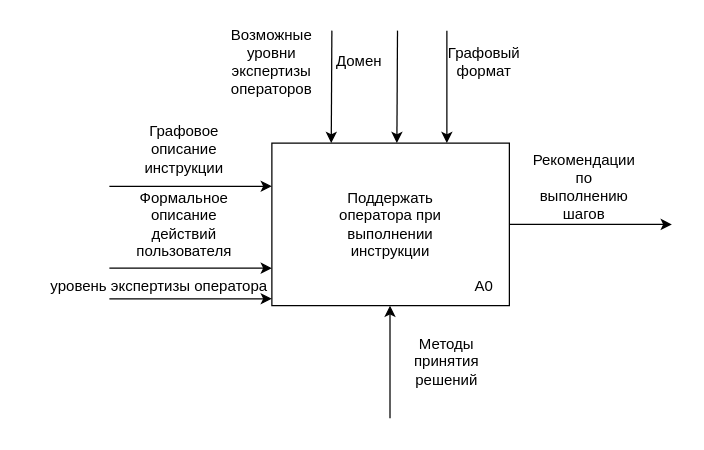
Earlier version of the draw.io diagram report/inc/img/idef1.drawio (Jarozin/diplom). Source tidied: cells renumbered, new cells numbered last; positions are measured from the earlier drawing's top-left corner, leaving out a move shared by most shapes. Both pictures are drawn from the tidied source at 125%, with x=0, y=0 at pixel (21, 30).
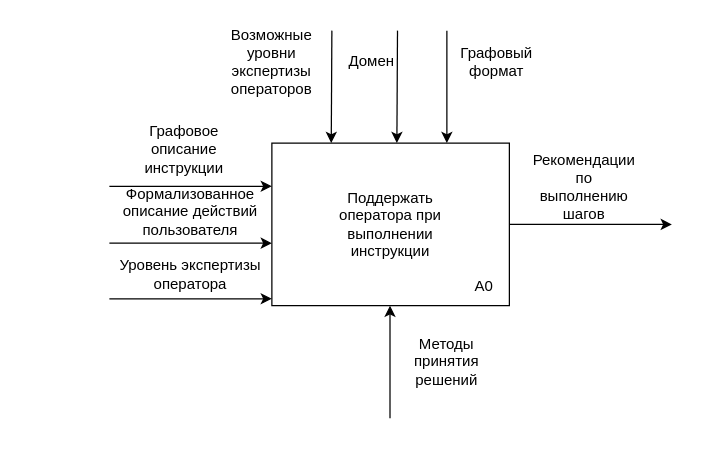
Above is the later version.

The edit, as a diff of the source:
```diff
@@
     <mxCell id="7" style="endArrow=classic;html=1;rounded=0;exitX=1;exitY=0.5;exitDx=0;exitDy=0;" parent="1" edge="1">
       <mxGeometry relative="1" as="geometry">
-        <mxPoint x="70" y="190" as="sourcePoint" />
-        <mxPoint x="200" y="190" as="targetPoint" />
+        <mxPoint x="70" y="170" as="sourcePoint" />
+        <mxPoint x="200" y="170" as="targetPoint" />
       </mxGeometry>
     </mxCell>
@@
-    <mxCell id="9" value="Формальное описание действий пользователя" style="text;html=1;align=center;verticalAlign=middle;whiteSpace=wrap;rounded=0;" parent="1" vertex="1">
-      <mxGeometry x="100" y="140" width="60" height="30" as="geometry" />
+    <mxCell id="9" value="Формализованное описание действий пользователя" style="text;html=1;align=center;verticalAlign=middle;whiteSpace=wrap;rounded=0;" parent="1" vertex="1">
+      <mxGeometry x="80" y="130" width="110" height="30" as="geometry" />
     </mxCell>
@@
     <mxCell id="14" value="Графовый формат" style="text;html=1;align=center;verticalAlign=middle;whiteSpace=wrap;rounded=0;" parent="1" vertex="1">
-      <mxGeometry x="340" y="10" width="60" height="30" as="geometry" />
+      <mxGeometry x="350" y="10" width="60" height="30" as="geometry" />
     </mxCell>
     <mxCell id="15" value="Домен" style="text;html=1;align=center;verticalAlign=middle;whiteSpace=wrap;rounded=0;" parent="1" vertex="1">
-      <mxGeometry x="240" y="10" width="60" height="30" as="geometry" />
+      <mxGeometry x="250" y="10" width="60" height="30" as="geometry" />
     </mxCell>
@@
-    <mxCell id="17" value="уровень экспертизы оператора" style="text;html=1;align=center;verticalAlign=middle;whiteSpace=wrap;rounded=0;" parent="1" vertex="1">
-      <mxGeometry y="190" width="220" height="30" as="geometry" />
+    <mxCell id="17" value="Уровень экспертизы оператора" style="text;html=1;align=center;verticalAlign=middle;whiteSpace=wrap;rounded=0;" parent="1" vertex="1">
+      <mxGeometry x="60" y="170" width="150" height="50" as="geometry" />
     </mxCell>
```
